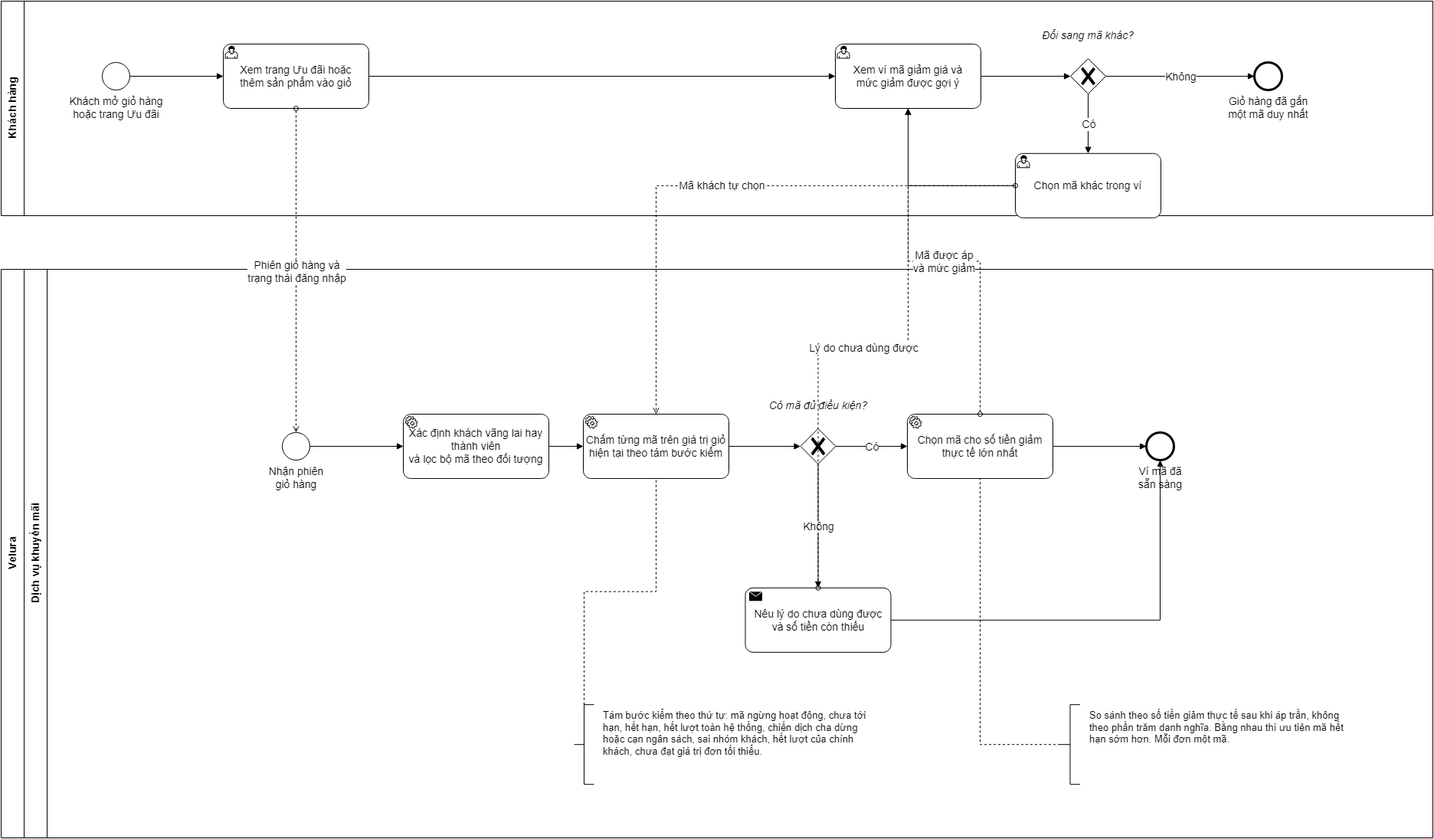
The BPMN diagram docs/ba/khuyenmai-3-19-vi-ma-giam-gia.png in Royal2005-coder/Velura-Angular, before a commit. Its source is kept beside it as docs/ba/khuyenmai-3-19-vi-ma-giam-gia.bpmn. Ids are renumbered. The source it was exported from:
```xml
<bpmn:definitions id="Definitions_3_19_vi_ma_giam_gia" xmlns:bpmn="http://www.omg.org/spec/BPMN/20100524/MODEL" xmlns:bpmndi="http://www.omg.org/spec/BPMN/20100524/DI" xmlns:dc="http://www.omg.org/spec/DD/20100524/DC" xmlns:di="http://www.omg.org/spec/DD/20100524/DI" targetNamespace="http://velura.vn/bpmn/khuyenmai">
  <bpmn:collaboration id="Collaboration_3_19_vi_ma_giam_gia">
    <bpmn:participant id="Participant_khachhang" name="Khách hàng" processRef="Process_khachhang" />
    <bpmn:participant id="Participant_velura" name="Velura" processRef="Process_velura" />
    <bpmn:messageFlow id="m_w_xem_w_sstart" name="Phiên giỏ hàng và
trạng thái đăng nhập" sourceRef="w_xem" targetRef="w_sstart" />
    <bpmn:messageFlow id="m_w_chon_w_vi" name="Mã được áp
và mức giảm" sourceRef="w_chon" targetRef="w_vi" />
    <bpmn:messageFlow id="m_w_lydo_w_vi" name="Lý do chưa dùng được" sourceRef="w_lydo" targetRef="w_vi" />
    <bpmn:messageFlow id="m_w_doi_w_cham" name="Mã khách tự chọn" sourceRef="w_doi" targetRef="w_cham" />
  </bpmn:collaboration>
  <bpmn:process id="Process_khachhang" isExecutable="false">
    <bpmn:laneSet id="LaneSet_khachhang">
      <bpmn:lane id="lane_kh" name="Khách hàng">
        <bpmn:flowNodeRef>w_cstart</bpmn:flowNodeRef>
        <bpmn:flowNodeRef>w_xem</bpmn:flowNodeRef>
        <bpmn:flowNodeRef>w_vi</bpmn:flowNodeRef>
        <bpmn:flowNodeRef>w_gw</bpmn:flowNodeRef>
        <bpmn:flowNodeRef>w_doi</bpmn:flowNodeRef>
        <bpmn:flowNodeRef>w_cend</bpmn:flowNodeRef>
      </bpmn:lane>
    </bpmn:laneSet>
    <bpmn:startEvent id="w_cstart" name="Khách mở giỏ hàng hoặc trang Ưu đãi"><bpmn:outgoing>f_w_cstart_w_xem</bpmn:outgoing></bpmn:startEvent>
    <bpmn:userTask id="w_xem" name="Xem trang Ưu đãi hoặc thêm sản phẩm vào giỏ"><bpmn:incoming>f_w_cstart_w_xem</bpmn:incoming><bpmn:outgoing>f_w_xem_w_vi</bpmn:outgoing></bpmn:userTask>
    <bpmn:userTask id="w_vi" name="Xem ví mã giảm giá và mức giảm được gợi ý"><bpmn:incoming>f_w_xem_w_vi</bpmn:incoming><bpmn:incoming>f_w_doi_w_vi</bpmn:incoming><bpmn:outgoing>f_w_vi_w_gw</bpmn:outgoing></bpmn:userTask>
    <bpmn:exclusiveGateway id="w_gw" name="Đổi sang mã khác?"><bpmn:incoming>f_w_vi_w_gw</bpmn:incoming><bpmn:outgoing>f_w_gw_w_doi</bpmn:outgoing><bpmn:outgoing>f_w_gw_w_cend</bpmn:outgoing></bpmn:exclusiveGateway>
    <bpmn:userTask id="w_doi" name="Chọn mã khác trong ví"><bpmn:incoming>f_w_gw_w_doi</bpmn:incoming><bpmn:outgoing>f_w_doi_w_vi</bpmn:outgoing></bpmn:userTask>
    <bpmn:endEvent id="w_cend" name="Giỏ hàng đã gắn một mã duy nhất"><bpmn:incoming>f_w_gw_w_cend</bpmn:incoming></bpmn:endEvent>
    <bpmn:sequenceFlow id="f_w_cstart_w_xem" name="" sourceRef="w_cstart" targetRef="w_xem" />
    <bpmn:sequenceFlow id="f_w_xem_w_vi" name="" sourceRef="w_xem" targetRef="w_vi" />
    <bpmn:sequenceFlow id="f_w_vi_w_gw" name="" sourceRef="w_vi" targetRef="w_gw" />
    <bpmn:sequenceFlow id="f_w_gw_w_doi" name="Có" sourceRef="w_gw" targetRef="w_doi" />
    <bpmn:sequenceFlow id="f_w_doi_w_vi" name="" sourceRef="w_doi" targetRef="w_vi" />
    <bpmn:sequenceFlow id="f_w_gw_w_cend" name="Không" sourceRef="w_gw" targetRef="w_cend" />
  </bpmn:process>
  <bpmn:process id="Process_velura" isExecutable="false">
    <bpmn:laneSet id="LaneSet_velura">
      <bpmn:lane id="lane_promo" name="Dịch vụ khuyến mãi">
        <bpmn:flowNodeRef>w_sstart</bpmn:flowNodeRef>
        <bpmn:flowNodeRef>w_loc</bpmn:flowNodeRef>
        <bpmn:flowNodeRef>w_cham</bpmn:flowNodeRef>
        <bpmn:flowNodeRef>w_sgw</bpmn:flowNodeRef>
        <bpmn:flowNodeRef>w_lydo</bpmn:flowNodeRef>
        <bpmn:flowNodeRef>w_chon</bpmn:flowNodeRef>
        <bpmn:flowNodeRef>w_send</bpmn:flowNodeRef>
      </bpmn:lane>
    </bpmn:laneSet>
    <bpmn:startEvent id="w_sstart" name="Nhận phiên giỏ hàng"><bpmn:outgoing>f_w_sstart_w_loc</bpmn:outgoing></bpmn:startEvent>
    <bpmn:serviceTask id="w_loc" name="Xác định khách vãng lai hay thành viên và lọc bộ mã theo đối tượng"><bpmn:incoming>f_w_sstart_w_loc</bpmn:incoming><bpmn:outgoing>f_w_loc_w_cham</bpmn:outgoing></bpmn:serviceTask>
    <bpmn:serviceTask id="w_cham" name="Chấm từng mã trên giá trị giỏ hiện tại theo tám bước kiểm"><bpmn:incoming>f_w_loc_w_cham</bpmn:incoming><bpmn:outgoing>f_w_cham_w_sgw</bpmn:outgoing></bpmn:serviceTask>
    <bpmn:exclusiveGateway id="w_sgw" name="Có mã đủ điều kiện?"><bpmn:incoming>f_w_cham_w_sgw</bpmn:incoming><bpmn:outgoing>f_w_sgw_w_lydo</bpmn:outgoing><bpmn:outgoing>f_w_sgw_w_chon</bpmn:outgoing></bpmn:exclusiveGateway>
    <bpmn:sendTask id="w_lydo" name="Nêu lý do chưa dùng được và số tiền còn thiếu"><bpmn:incoming>f_w_sgw_w_lydo</bpmn:incoming><bpmn:outgoing>f_w_lydo_w_send</bpmn:outgoing></bpmn:sendTask>
    <bpmn:serviceTask id="w_chon" name="Chọn mã cho số tiền giảm thực tế lớn nhất"><bpmn:incoming>f_w_sgw_w_chon</bpmn:incoming><bpmn:outgoing>f_w_chon_w_send</bpmn:outgoing></bpmn:serviceTask>
    <bpmn:endEvent id="w_send" name="Ví mã đã sẵn sàng"><bpmn:incoming>f_w_lydo_w_send</bpmn:incoming><bpmn:incoming>f_w_chon_w_send</bpmn:incoming></bpmn:endEvent>
    <bpmn:textAnnotation id="n_tambuoc"><bpmn:text>Tám bước kiểm theo thứ tự: mã ngừng hoạt động, chưa tới hạn, hết hạn, hết lượt toàn hệ thống, chiến dịch cha dừng hoặc cạn ngân sách, sai nhóm khách, hết lượt của chính khách, chưa đạt giá trị đơn tối thiểu.</bpmn:text></bpmn:textAnnotation>
    <bpmn:textAnnotation id="n_totnhat"><bpmn:text>So sánh theo số tiền giảm thực tế sau khi áp trần, không theo phần trăm danh nghĩa. Bằng nhau thì ưu tiên mã hết hạn sớm hơn. Mỗi đơn một mã.</bpmn:text></bpmn:textAnnotation>
    <bpmn:sequenceFlow id="f_w_sstart_w_loc" name="" sourceRef="w_sstart" targetRef="w_loc" />
    <bpmn:sequenceFlow id="f_w_loc_w_cham" name="" sourceRef="w_loc" targetRef="w_cham" />
    <bpmn:sequenceFlow id="f_w_cham_w_sgw" name="" sourceRef="w_cham" targetRef="w_sgw" />
    <bpmn:sequenceFlow id="f_w_sgw_w_lydo" name="Không" sourceRef="w_sgw" targetRef="w_lydo" />
    <bpmn:sequenceFlow id="f_w_sgw_w_chon" name="Có" sourceRef="w_sgw" targetRef="w_chon" />
    <bpmn:sequenceFlow id="f_w_lydo_w_send" name="" sourceRef="w_lydo" targetRef="w_send" />
    <bpmn:sequenceFlow id="f_w_chon_w_send" name="" sourceRef="w_chon" targetRef="w_send" />
    <bpmn:association id="a_n_tambuoc_w_cham" sourceRef="n_tambuoc" targetRef="w_cham" />
    <bpmn:association id="a_n_totnhat_w_chon" sourceRef="n_totnhat" targetRef="w_chon" />
  </bpmn:process>
  <bpmndi:BPMNDiagram id="BPMNDiagram_3_19_vi_ma_giam_gia">
    <bpmndi:BPMNPlane id="BPMNPlane_3_19_vi_ma_giam_gia" bpmnElement="Collaboration_3_19_vi_ma_giam_gia">
      <bpmndi:BPMNShape id="Participant_khachhang_di" bpmnElement="Participant_khachhang" isHorizontal="true"><dc:Bounds x="40" y="40" width="1869" height="280" /></bpmndi:BPMNShape>
      <bpmndi:BPMNShape id="lane_kh_di" bpmnElement="lane_kh" isHorizontal="true"><dc:Bounds x="70" y="40" width="1839" height="280" /></bpmndi:BPMNShape>
      <bpmndi:BPMNShape id="Participant_velura_di" bpmnElement="Participant_velura" isHorizontal="true"><dc:Bounds x="40" y="390" width="1869" height="742" /></bpmndi:BPMNShape>
      <bpmndi:BPMNShape id="lane_promo_di" bpmnElement="lane_promo" isHorizontal="true"><dc:Bounds x="70" y="390" width="1839" height="742" /></bpmndi:BPMNShape>
      <bpmndi:BPMNShape id="w_cstart_di" bpmnElement="w_cstart"><dc:Bounds x="172" y="120" width="36" height="36" /></bpmndi:BPMNShape>
      <bpmndi:BPMNShape id="w_xem_di" bpmnElement="w_xem"><dc:Bounds x="330" y="96" width="190" height="84" /></bpmndi:BPMNShape>
      <bpmndi:BPMNShape id="w_vi_di" bpmnElement="w_vi"><dc:Bounds x="1129" y="96" width="190" height="84" /></bpmndi:BPMNShape>
      <bpmndi:BPMNShape id="w_gw_di" bpmnElement="w_gw" isMarkerVisible="true"><dc:Bounds x="1436" y="115" width="46" height="46" /></bpmndi:BPMNShape>
      <bpmndi:BPMNShape id="w_doi_di" bpmnElement="w_doi"><dc:Bounds x="1364" y="238.8" width="190" height="84" /></bpmndi:BPMNShape>
      <bpmndi:BPMNShape id="w_cend_di" bpmnElement="w_cend"><dc:Bounds x="1676" y="120" width="36" height="36" /></bpmndi:BPMNShape>
      <bpmndi:BPMNShape id="w_sstart_di" bpmnElement="w_sstart"><dc:Bounds x="407" y="603" width="36" height="36" /></bpmndi:BPMNShape>
      <bpmndi:BPMNShape id="w_loc_di" bpmnElement="w_loc"><dc:Bounds x="565" y="579" width="190" height="84" /></bpmndi:BPMNShape>
      <bpmndi:BPMNShape id="w_cham_di" bpmnElement="w_cham"><dc:Bounds x="800" y="579" width="190" height="84" /></bpmndi:BPMNShape>
      <bpmndi:BPMNShape id="w_sgw_di" bpmnElement="w_sgw" isMarkerVisible="true"><dc:Bounds x="1083.5" y="598" width="46" height="46" /></bpmndi:BPMNShape>
      <bpmndi:BPMNShape id="w_lydo_di" bpmnElement="w_lydo"><dc:Bounds x="1011.5" y="805.8" width="190" height="84" /></bpmndi:BPMNShape>
      <bpmndi:BPMNShape id="w_chon_di" bpmnElement="w_chon"><dc:Bounds x="1223" y="579" width="190" height="84" /></bpmndi:BPMNShape>
      <bpmndi:BPMNShape id="w_send_di" bpmnElement="w_send"><dc:Bounds x="1535" y="603" width="36" height="36" /></bpmndi:BPMNShape>
      <bpmndi:BPMNShape id="n_tambuoc_di" bpmnElement="n_tambuoc"><dc:Bounds x="788" y="958.2" width="26" height="104" /></bpmndi:BPMNShape>
      <bpmndi:BPMNShape id="n_totnhat_di" bpmnElement="n_totnhat"><dc:Bounds x="1422.5" y="958.2" width="26" height="104" /></bpmndi:BPMNShape>
      <bpmndi:BPMNEdge id="f_w_cstart_w_xem_di" bpmnElement="f_w_cstart_w_xem"><di:waypoint x="208" y="138" /><di:waypoint x="330" y="138" /><di:waypoint x="330" y="138" /></bpmndi:BPMNEdge>
      <bpmndi:BPMNEdge id="f_w_xem_w_vi_di" bpmnElement="f_w_xem_w_vi"><di:waypoint x="520" y="138" /><di:waypoint x="1129" y="138" /><di:waypoint x="1129" y="138" /></bpmndi:BPMNEdge>
      <bpmndi:BPMNEdge id="f_w_vi_w_gw_di" bpmnElement="f_w_vi_w_gw"><di:waypoint x="1319" y="138" /><di:waypoint x="1436" y="138" /><di:waypoint x="1436" y="138" /></bpmndi:BPMNEdge>
      <bpmndi:BPMNEdge id="f_w_gw_w_doi_di" bpmnElement="f_w_gw_w_doi"><di:waypoint x="1436" y="138" /><di:waypoint x="1554" y="138" /><di:waypoint x="1554" y="280.8" /></bpmndi:BPMNEdge>
      <bpmndi:BPMNEdge id="f_w_doi_w_vi_di" bpmnElement="f_w_doi_w_vi"><di:waypoint x="1364" y="280.8" /><di:waypoint x="1319" y="280.8" /><di:waypoint x="1319" y="138" /></bpmndi:BPMNEdge>
      <bpmndi:BPMNEdge id="f_w_gw_w_cend_di" bpmnElement="f_w_gw_w_cend"><di:waypoint x="1482" y="138" /><di:waypoint x="1676" y="138" /><di:waypoint x="1676" y="138" /></bpmndi:BPMNEdge>
      <bpmndi:BPMNEdge id="f_w_sstart_w_loc_di" bpmnElement="f_w_sstart_w_loc"><di:waypoint x="443" y="621" /><di:waypoint x="565" y="621" /><di:waypoint x="565" y="621" /></bpmndi:BPMNEdge>
      <bpmndi:BPMNEdge id="f_w_loc_w_cham_di" bpmnElement="f_w_loc_w_cham"><di:waypoint x="755" y="621" /><di:waypoint x="800" y="621" /><di:waypoint x="800" y="621" /></bpmndi:BPMNEdge>
      <bpmndi:BPMNEdge id="f_w_cham_w_sgw_di" bpmnElement="f_w_cham_w_sgw"><di:waypoint x="990" y="621" /><di:waypoint x="1083.5" y="621" /><di:waypoint x="1083.5" y="621" /></bpmndi:BPMNEdge>
      <bpmndi:BPMNEdge id="f_w_sgw_w_lydo_di" bpmnElement="f_w_sgw_w_lydo"><di:waypoint x="1083.5" y="621" /><di:waypoint x="1201.5" y="621" /><di:waypoint x="1201.5" y="847.8" /></bpmndi:BPMNEdge>
      <bpmndi:BPMNEdge id="f_w_sgw_w_chon_di" bpmnElement="f_w_sgw_w_chon"><di:waypoint x="1129.5" y="621" /><di:waypoint x="1223" y="621" /><di:waypoint x="1223" y="621" /></bpmndi:BPMNEdge>
      <bpmndi:BPMNEdge id="f_w_lydo_w_send_di" bpmnElement="f_w_lydo_w_send"><di:waypoint x="1201.5" y="847.8" /><di:waypoint x="1535" y="847.8" /><di:waypoint x="1535" y="621" /></bpmndi:BPMNEdge>
      <bpmndi:BPMNEdge id="f_w_chon_w_send_di" bpmnElement="f_w_chon_w_send"><di:waypoint x="1413" y="621" /><di:waypoint x="1535" y="621" /><di:waypoint x="1535" y="621" /></bpmndi:BPMNEdge>
      <bpmndi:BPMNEdge id="m_w_xem_w_sstart_di" bpmnElement="m_w_xem_w_sstart"><di:waypoint x="520" y="138" /><di:waypoint x="407" y="138" /><di:waypoint x="407" y="621" /></bpmndi:BPMNEdge>
      <bpmndi:BPMNEdge id="m_w_chon_w_vi_di" bpmnElement="m_w_chon_w_vi"><di:waypoint x="1223" y="621" /><di:waypoint x="1319" y="621" /><di:waypoint x="1319" y="138" /></bpmndi:BPMNEdge>
      <bpmndi:BPMNEdge id="m_w_lydo_w_vi_di" bpmnElement="m_w_lydo_w_vi"><di:waypoint x="1201.5" y="847.8" /><di:waypoint x="1129" y="847.8" /><di:waypoint x="1129" y="138" /></bpmndi:BPMNEdge>
      <bpmndi:BPMNEdge id="m_w_doi_w_cham_di" bpmnElement="m_w_doi_w_cham"><di:waypoint x="1364" y="280.8" /><di:waypoint x="990" y="280.8" /><di:waypoint x="990" y="621" /></bpmndi:BPMNEdge>
      <bpmndi:BPMNEdge id="a_n_tambuoc_w_cham_di" bpmnElement="a_n_tambuoc_w_cham"><di:waypoint x="814" y="1010.2" /><di:waypoint x="800" y="1010.2" /><di:waypoint x="800" y="621" /></bpmndi:BPMNEdge>
      <bpmndi:BPMNEdge id="a_n_totnhat_w_chon_di" bpmnElement="a_n_totnhat_w_chon"><di:waypoint x="1422.5" y="1010.2" /><di:waypoint x="1413" y="1010.2" /><di:waypoint x="1413" y="621" /></bpmndi:BPMNEdge>
    </bpmndi:BPMNPlane>
  </bpmndi:BPMNDiagram>
</bpmn:definitions>
```
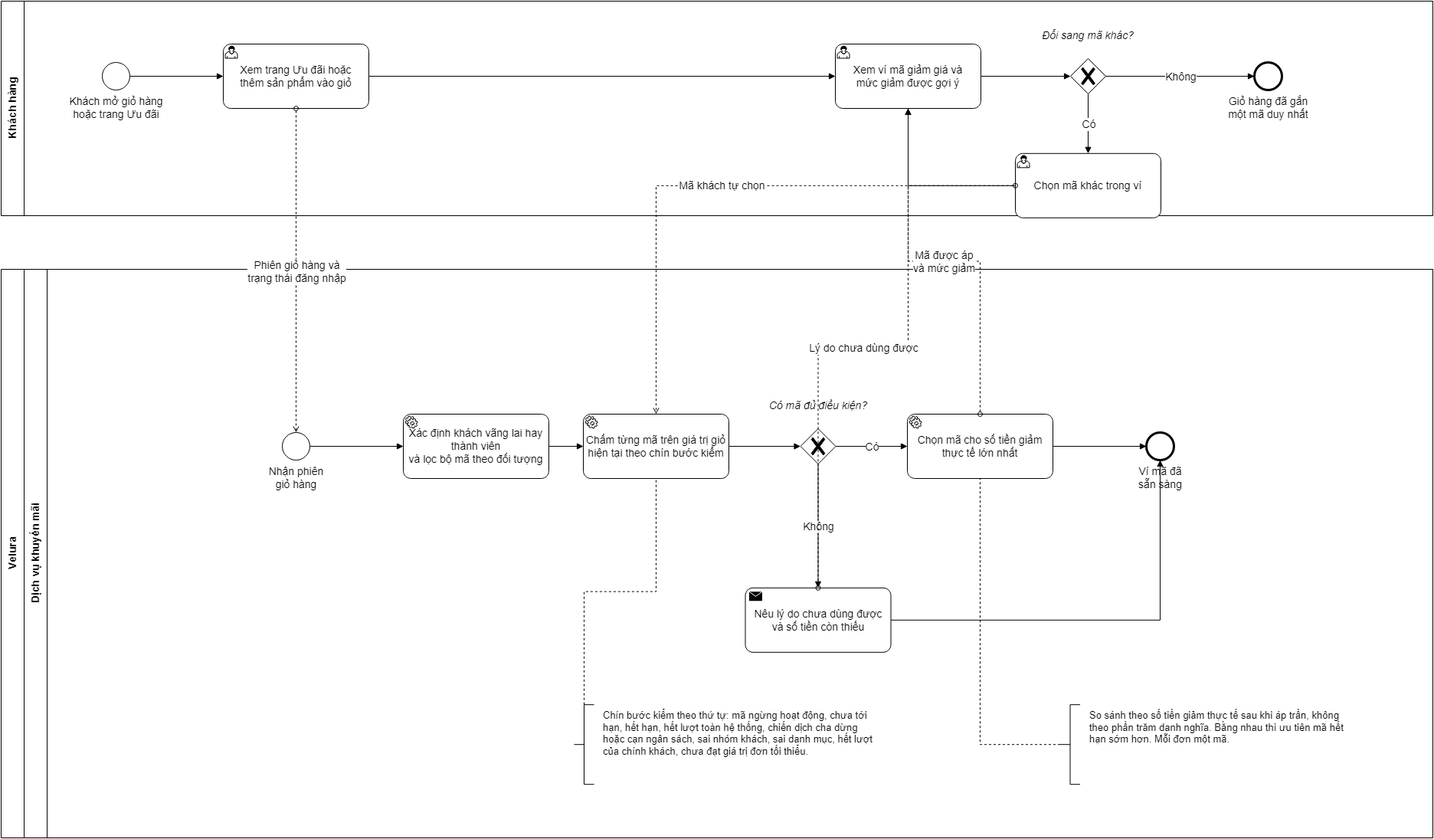
After the commit.

Commit message:
docs(KAN-53): cập nhật 3.1.13 theo kết quả A4

Diff of the diagram source:
```diff
@@ -47,12 +47,12 @@
     </bpmn:laneSet>
     <bpmn:startEvent id="w_sstart" name="Nhận phiên giỏ hàng"><bpmn:outgoing>f_w_sstart_w_loc</bpmn:outgoing></bpmn:startEvent>
     <bpmn:serviceTask id="w_loc" name="Xác định khách vãng lai hay thành viên và lọc bộ mã theo đối tượng"><bpmn:incoming>f_w_sstart_w_loc</bpmn:incoming><bpmn:outgoing>f_w_loc_w_cham</bpmn:outgoing></bpmn:serviceTask>
-    <bpmn:serviceTask id="w_cham" name="Chấm từng mã trên giá trị giỏ hiện tại theo tám bước kiểm"><bpmn:incoming>f_w_loc_w_cham</bpmn:incoming><bpmn:outgoing>f_w_cham_w_sgw</bpmn:outgoing></bpmn:serviceTask>
+    <bpmn:serviceTask id="w_cham" name="Chấm từng mã trên giá trị giỏ hiện tại theo chín bước kiểm"><bpmn:incoming>f_w_loc_w_cham</bpmn:incoming><bpmn:outgoing>f_w_cham_w_sgw</bpmn:outgoing></bpmn:serviceTask>
     <bpmn:exclusiveGateway id="w_sgw" name="Có mã đủ điều kiện?"><bpmn:incoming>f_w_cham_w_sgw</bpmn:incoming><bpmn:outgoing>f_w_sgw_w_lydo</bpmn:outgoing><bpmn:outgoing>f_w_sgw_w_chon</bpmn:outgoing></bpmn:exclusiveGateway>
     <bpmn:sendTask id="w_lydo" name="Nêu lý do chưa dùng được và số tiền còn thiếu"><bpmn:incoming>f_w_sgw_w_lydo</bpmn:incoming><bpmn:outgoing>f_w_lydo_w_send</bpmn:outgoing></bpmn:sendTask>
     <bpmn:serviceTask id="w_chon" name="Chọn mã cho số tiền giảm thực tế lớn nhất"><bpmn:incoming>f_w_sgw_w_chon</bpmn:incoming><bpmn:outgoing>f_w_chon_w_send</bpmn:outgoing></bpmn:serviceTask>
     <bpmn:endEvent id="w_send" name="Ví mã đã sẵn sàng"><bpmn:incoming>f_w_lydo_w_send</bpmn:incoming><bpmn:incoming>f_w_chon_w_send</bpmn:incoming></bpmn:endEvent>
-    <bpmn:textAnnotation id="n_tambuoc"><bpmn:text>Tám bước kiểm theo thứ tự: mã ngừng hoạt động, chưa tới hạn, hết hạn, hết lượt toàn hệ thống, chiến dịch cha dừng hoặc cạn ngân sách, sai nhóm khách, hết lượt của chính khách, chưa đạt giá trị đơn tối thiểu.</bpmn:text></bpmn:textAnnotation>
+    <bpmn:textAnnotation id="n_tambuoc"><bpmn:text>Chín bước kiểm theo thứ tự: mã ngừng hoạt động, chưa tới hạn, hết hạn, hết lượt toàn hệ thống, chiến dịch cha dừng hoặc cạn ngân sách, sai nhóm khách, sai danh mục, hết lượt của chính khách, chưa đạt giá trị đơn tối thiểu.</bpmn:text></bpmn:textAnnotation>
     <bpmn:textAnnotation id="n_totnhat"><bpmn:text>So sánh theo số tiền giảm thực tế sau khi áp trần, không theo phần trăm danh nghĩa. Bằng nhau thì ưu tiên mã hết hạn sớm hơn. Mỗi đơn một mã.</bpmn:text></bpmn:textAnnotation>
     <bpmn:sequenceFlow id="f_w_sstart_w_loc" name="" sourceRef="w_sstart" targetRef="w_loc" />
     <bpmn:sequenceFlow id="f_w_loc_w_cham" name="" sourceRef="w_loc" targetRef="w_cham" />
```
